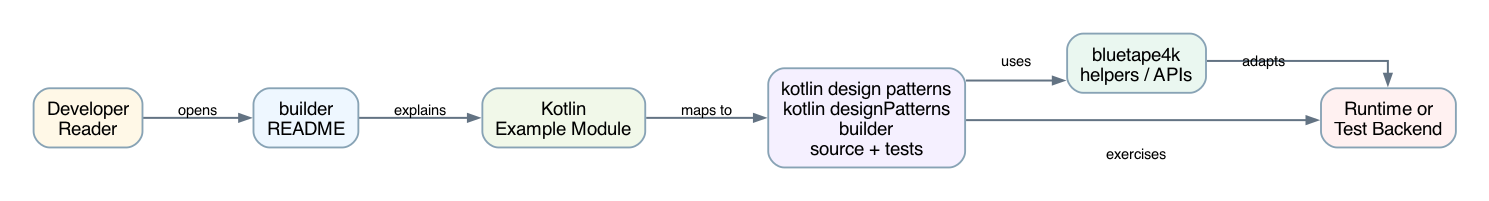
bluetape4k/bluetape4k-workshop keeps this Graphviz diagram as docs/images/readme-diagrams/kotlin-design-patterns-src-main-kotlin-io-bluetape4k-workshop-kotlin-designpatterns-builder-readme-architecture-01.png. Above is the earlier version. Its source is kept beside it as docs/images/readme-diagrams/kotlin-design-patterns-src-main-kotlin-io-bluetape4k-workshop-kotlin-designpatterns-builder-readme-architecture-01.dot.
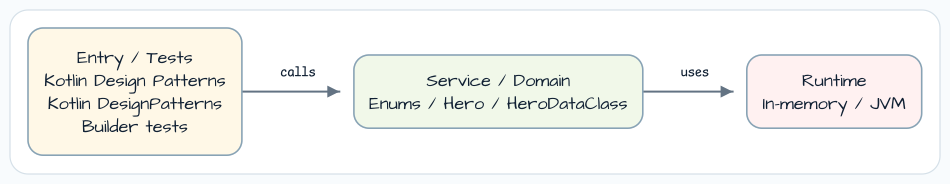
After the change.

The edit, as a diff of the source:
```diff
@@ -14,7 +14,7 @@
     penwidth=1.4,
     color="#88A3B5",
     fillcolor="#F6FAFF",
-    fontname="Helvetica",
+    fontname="Architects Daughter",
     fontsize=14,
     margin="0.14,0.10"
   ];
@@ -22,21 +22,14 @@
     color="#637383",
     arrowsize=0.8,
     penwidth=1.5,
-    fontname="Helvetica",
+    fontname="Comic Mono",
     fontsize=11
   ];
 
-  reader [label="Developer\nReader", fillcolor="#FFF8E7"];
-  readme [label="builder\nREADME", fillcolor="#EEF7FF"];
-  module [label="Kotlin\nExample Module", fillcolor="#F1F8E9"];
-  source [label="kotlin design patterns\nkotlin designPatterns\nbuilder\nsource + tests", fillcolor="#F5F0FF"];
-  bt [label="bluetape4k\nhelpers / APIs", fillcolor="#EAF7F0"];
-  runtime [label="Runtime or\nTest Backend", fillcolor="#FFF1F1"];
+  entry [label="Entry / Tests\nKotlin Design Patterns\nKotlin DesignPatterns\nBuilder tests", fillcolor="#FFF8E7"];
+  service [label="Service / Domain\nEnums / Hero / HeroDataClass", fillcolor="#F1F8E9"];
+  runtime [label="Runtime\nIn-memory / JVM", fillcolor="#FFF1F1"];
 
-  reader -> readme [label="opens"];
-  readme -> module [label="explains"];
-  module -> source [label="maps to"];
-  source -> bt [label="uses"];
-  source -> runtime [label="exercises"];
-  bt -> runtime [label="adapts"];
+  entry -> service [label="calls"];
+  service -> runtime [label="uses"];
 }
```
